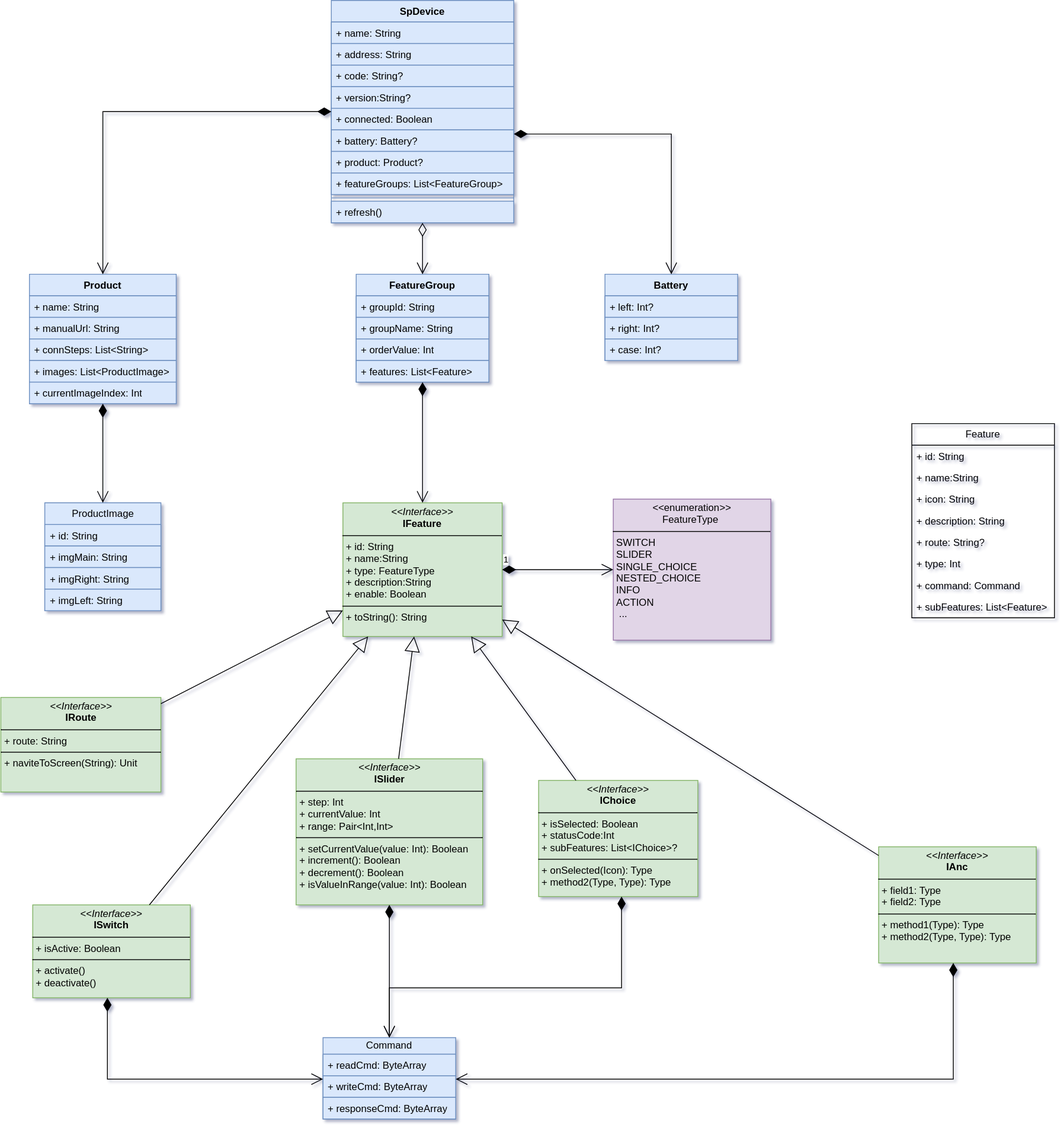
Above: sp-device.drawio.svg in kekemao00/draw-libs (draw.io), before the change. Source tidied: cells renumbered, new cells last; positions are measured from the earlier drawing's top-left corner, leaving out a move shared by most shapes.
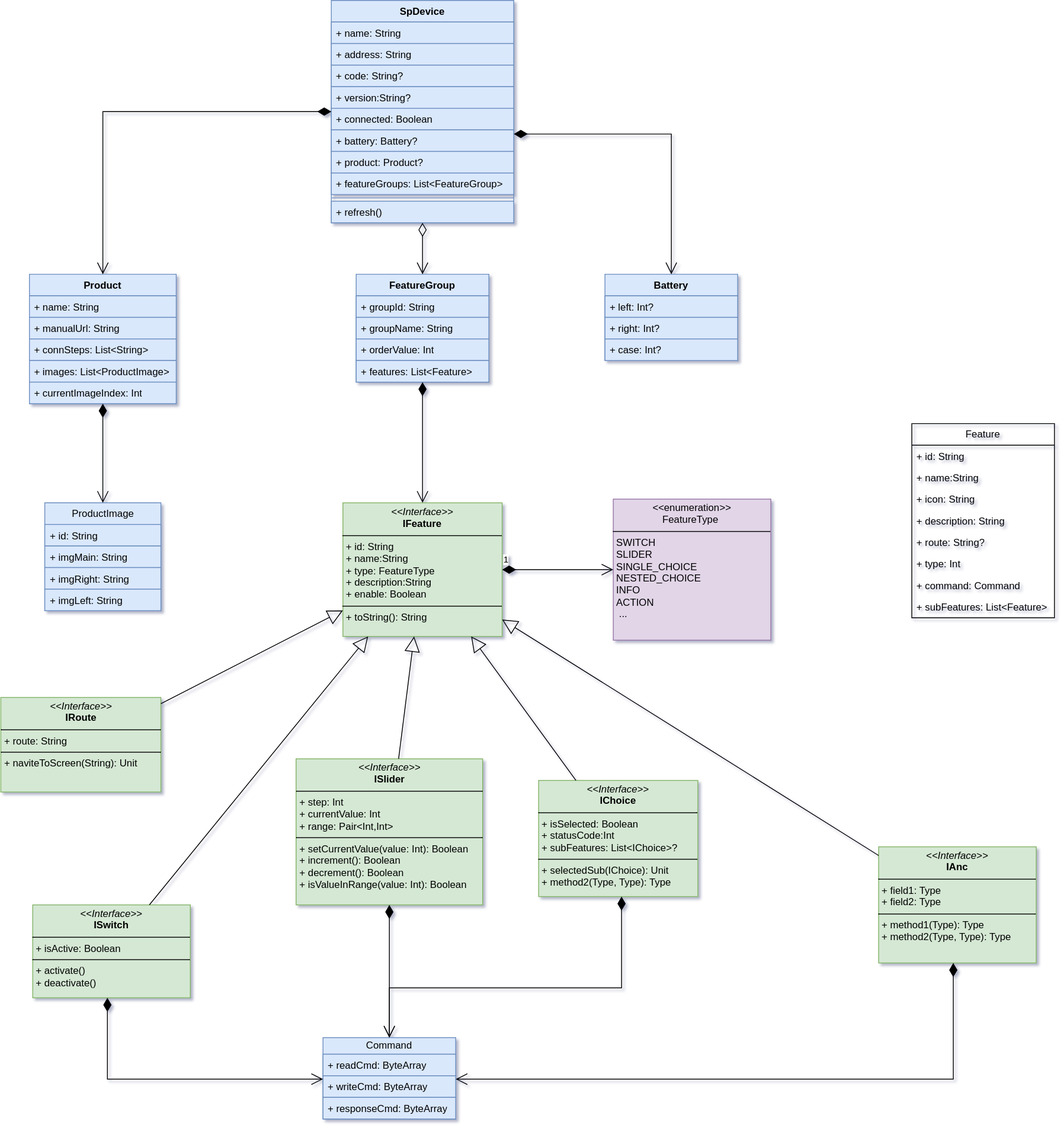
The same file after the commit.

Diff of the diagram source:
```diff
@@ -140,7 +140,7 @@
     <mxCell id="47" value="&lt;p style=&quot;margin:0px;margin-top:4px;text-align:center;&quot;&gt;&lt;i&gt;&amp;lt;&amp;lt;Interface&amp;gt;&amp;gt;&lt;/i&gt;&lt;br&gt;&lt;b&gt;IRoute&lt;/b&gt;&lt;/p&gt;&lt;hr size=&quot;1&quot; style=&quot;border-style:solid;&quot;&gt;&lt;p style=&quot;margin:0px;margin-left:4px;&quot;&gt;+ route: String&lt;/p&gt;&lt;hr size=&quot;1&quot; style=&quot;border-style:solid;&quot;&gt;&lt;p style=&quot;margin:0px;margin-left:4px;&quot;&gt;+ naviteToScreen(String): Unit&lt;br&gt;&lt;/p&gt;" style="verticalAlign=top;align=left;overflow=fill;html=1;whiteSpace=wrap;fillColor=#d5e8d4;strokeColor=#82b366;" parent="1" vertex="1">
       <mxGeometry x="-0.5" y="840" width="193" height="114" as="geometry" />
     </mxCell>
-    <mxCell id="48" value="&lt;p style=&quot;margin:0px;margin-top:4px;text-align:center;&quot;&gt;&lt;i&gt;&amp;lt;&amp;lt;Interface&amp;gt;&amp;gt;&lt;/i&gt;&lt;br&gt;&lt;b&gt;IChoice&lt;/b&gt;&lt;/p&gt;&lt;hr size=&quot;1&quot; style=&quot;border-style:solid;&quot;&gt;&lt;p style=&quot;margin:0px;margin-left:4px;&quot;&gt;+ isSelected: Boolean&lt;br&gt;+ statusCode:Int&lt;br&gt;+ subFeatures: List&amp;lt;IChoice&amp;gt;?&lt;/p&gt;&lt;hr size=&quot;1&quot; style=&quot;border-style:solid;&quot;&gt;&lt;p style=&quot;margin:0px;margin-left:4px;&quot;&gt;+ onSelected(Icon): Type&lt;br&gt;+ method2(Type, Type): Type&lt;/p&gt;" style="verticalAlign=top;align=left;overflow=fill;html=1;whiteSpace=wrap;fillColor=#d5e8d4;strokeColor=#82b366;" parent="1" vertex="1">
+    <mxCell id="48" value="&lt;p style=&quot;margin:0px;margin-top:4px;text-align:center;&quot;&gt;&lt;i&gt;&amp;lt;&amp;lt;Interface&amp;gt;&amp;gt;&lt;/i&gt;&lt;br&gt;&lt;b&gt;IChoice&lt;/b&gt;&lt;/p&gt;&lt;hr size=&quot;1&quot; style=&quot;border-style:solid;&quot;&gt;&lt;p style=&quot;margin:0px;margin-left:4px;&quot;&gt;+ isSelected: Boolean&lt;br&gt;+ statusCode:Int&lt;br&gt;+ subFeatures: List&amp;lt;IChoice&amp;gt;?&lt;/p&gt;&lt;hr size=&quot;1&quot; style=&quot;border-style:solid;&quot;&gt;&lt;p style=&quot;margin:0px;margin-left:4px;&quot;&gt;+ selectedSub(IChoice): Unit&lt;br&gt;+ method2(Type, Type): Type&lt;/p&gt;" style="verticalAlign=top;align=left;overflow=fill;html=1;whiteSpace=wrap;fillColor=#d5e8d4;strokeColor=#82b366;" parent="1" vertex="1">
       <mxGeometry x="648" y="940" width="192" height="140" as="geometry" />
     </mxCell>
     <mxCell id="49" value="&lt;p style=&quot;margin:0px;margin-top:4px;text-align:center;&quot;&gt;&lt;i&gt;&amp;lt;&amp;lt;Interface&amp;gt;&amp;gt;&lt;/i&gt;&lt;br&gt;&lt;b&gt;IAnc&lt;/b&gt;&lt;/p&gt;&lt;hr size=&quot;1&quot; style=&quot;border-style:solid;&quot;&gt;&lt;p style=&quot;margin:0px;margin-left:4px;&quot;&gt;+ field1: Type&lt;br&gt;+ field2: Type&lt;/p&gt;&lt;hr size=&quot;1&quot; style=&quot;border-style:solid;&quot;&gt;&lt;p style=&quot;margin:0px;margin-left:4px;&quot;&gt;+ method1(Type): Type&lt;br&gt;+ method2(Type, Type): Type&lt;/p&gt;" style="verticalAlign=top;align=left;overflow=fill;html=1;whiteSpace=wrap;fillColor=#d5e8d4;strokeColor=#82b366;" parent="1" vertex="1">
```
